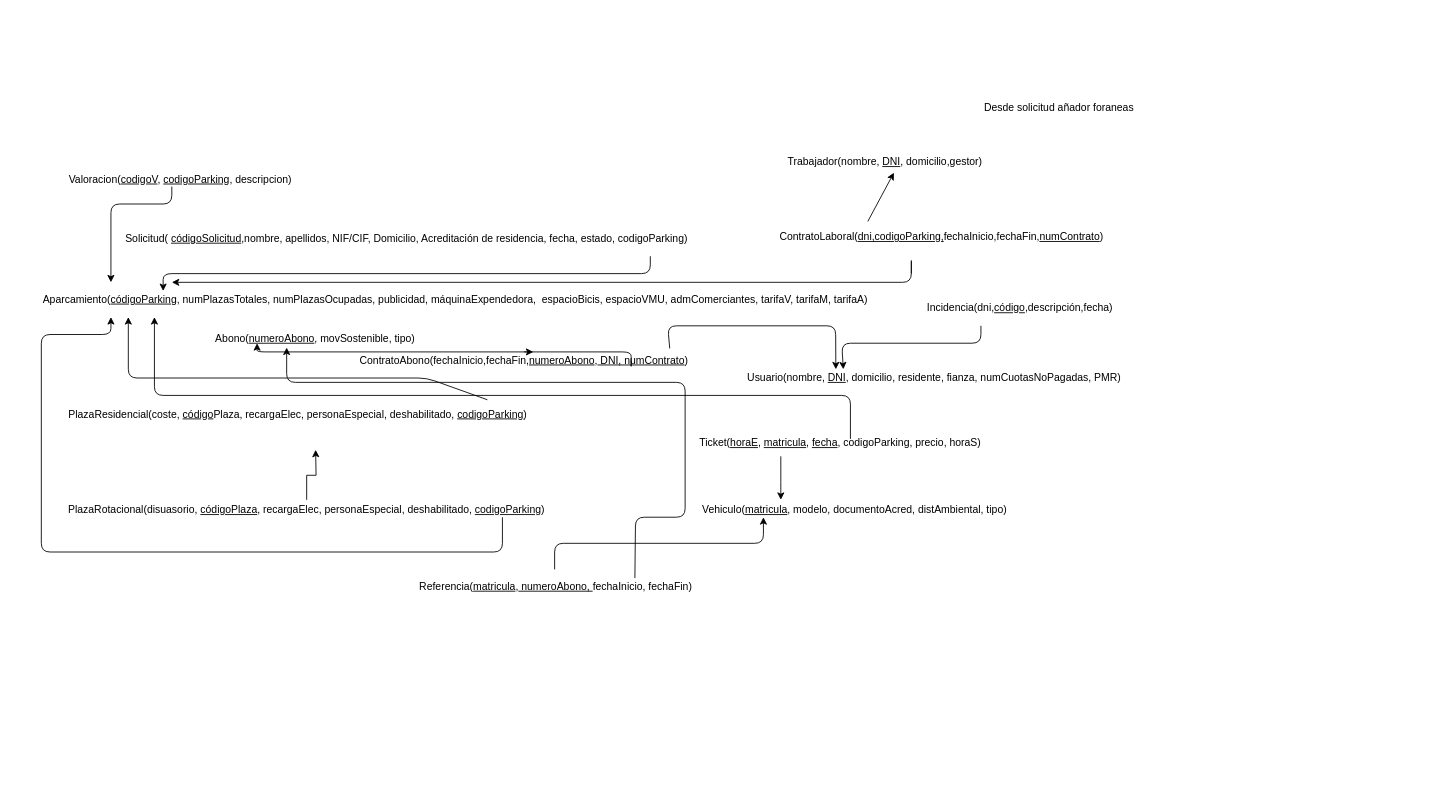
Above: diagrama_relacional.drawio in HylianPablo/ADBD (draw.io), before the change. Source tidied: cells renumbered, new cells numbered last; positions are measured from the earlier drawing's top-left corner, leaving out a move shared by most shapes. Both pictures are drawn from the tidied source at 87%, with x=0, y=0 at pixel (15, 99).
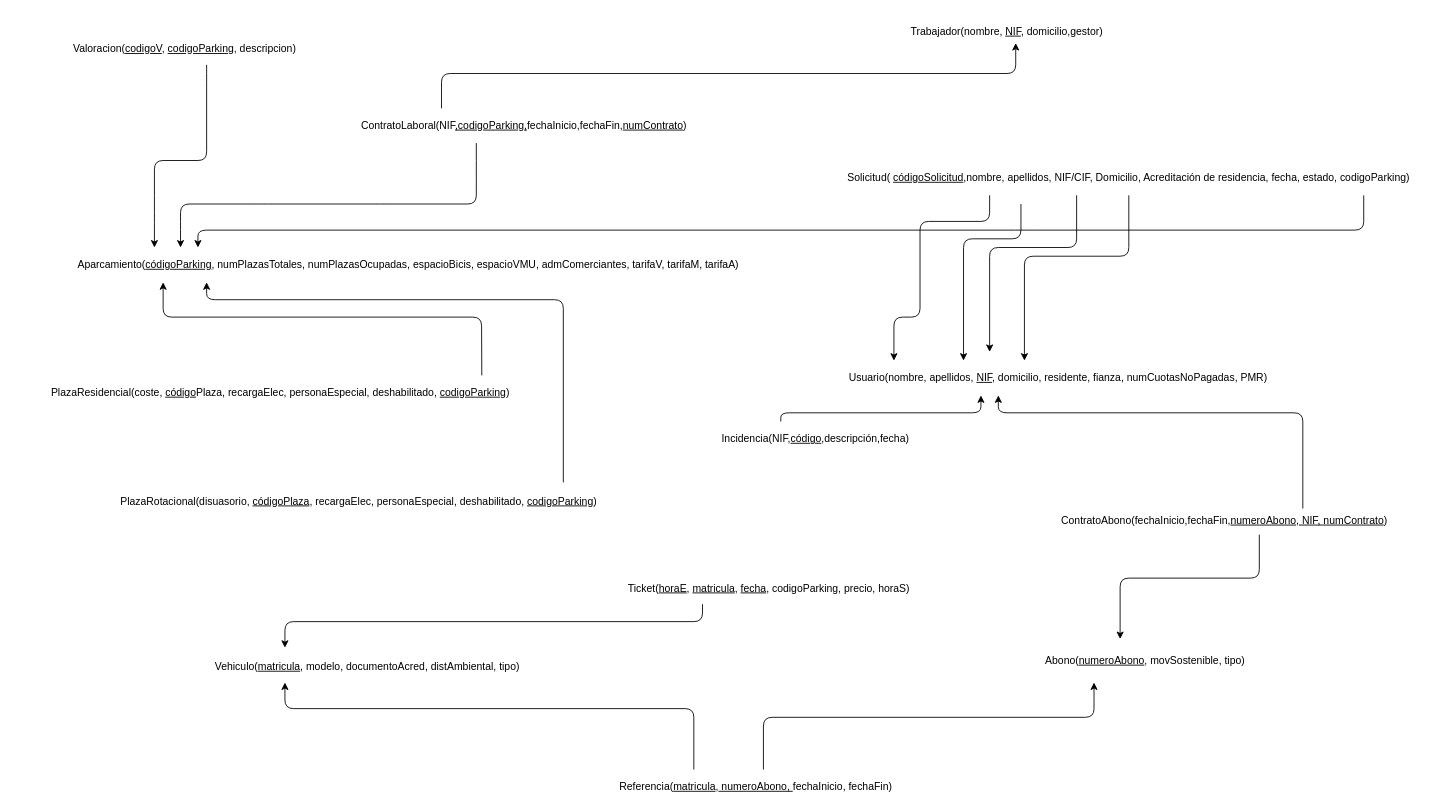
After the change.

Change to the diagram source:
```diff
@@
     <mxCell id="2" value="Solicitud( &lt;u&gt;códigoSolicitud&lt;/u&gt;&lt;span style=&quot;text-decoration: none&quot;&gt;,nombre, apellidos, NIF/CIF, Domicilio, Acreditación de residencia, fecha, estado, codigoParking)&lt;/span&gt;" style="text;html=1;strokeColor=none;fillColor=none;align=center;verticalAlign=middle;whiteSpace=wrap;rounded=0;" parent="1" vertex="1">
-      <mxGeometry x="110" y="150" width="680" height="20" as="geometry" />
+      <mxGeometry x="940" y="80" width="680" height="20" as="geometry" />
     </mxCell>
-    <mxCell id="3" value="&lt;div align=&quot;left&quot;&gt;&lt;span style=&quot;text-decoration: none&quot;&gt;Aparcamiento(&lt;/span&gt;&lt;u&gt;códigoParking&lt;/u&gt;&lt;span style=&quot;text-decoration: none&quot;&gt;,&lt;/span&gt;&lt;span style=&quot;text-decoration: none&quot;&gt; numPlazasTotales, numPlazasOcupadas, publicidad, máquinaExpendedora,&lt;/span&gt;&lt;span style=&quot;text-decoration: none&quot;&gt;&amp;nbsp; espacioBicis, espacioVMU, admComerciantes, tarifaV, tarifaM, tarifaA&lt;/span&gt;&lt;span style=&quot;text-decoration: none&quot;&gt;)&lt;/span&gt;&lt;/div&gt;" style="text;html=1;align=left;verticalAlign=top;spacingTop=-4;" parent="1" vertex="1">
-      <mxGeometry x="30" y="220" width="920" height="20" as="geometry" />
+    <mxCell id="3" value="&lt;div align=&quot;left&quot;&gt;&lt;span style=&quot;text-decoration: none&quot;&gt;Aparcamiento(&lt;/span&gt;&lt;u&gt;códigoParking&lt;/u&gt;&lt;span style=&quot;text-decoration: none&quot;&gt;,&lt;/span&gt;&lt;span style=&quot;text-decoration: none&quot;&gt; numPlazasTotales, numPlazasOcupadas,&lt;/span&gt;&lt;span style=&quot;text-decoration: none&quot;&gt;&amp;nbsp;espacioBicis, espacioVMU, admComerciantes, tarifaV, tarifaM, tarifaA&lt;/span&gt;&lt;span style=&quot;text-decoration: none&quot;&gt;)&lt;/span&gt;&lt;/div&gt;" style="text;html=1;align=left;verticalAlign=top;spacingTop=-4;" parent="1" vertex="1">
+      <mxGeometry x="70" y="180" width="780" height="20" as="geometry" />
     </mxCell>
     <mxCell id="4" value="&lt;div align=&quot;left&quot;&gt;&lt;span style=&quot;text-decoration: none&quot;&gt;Abono(&lt;/span&gt;&lt;u&gt;numeroAbono&lt;/u&gt;&lt;span style=&quot;text-decoration: none&quot;&gt;, movSostenible, tipo)&lt;/span&gt;&lt;/div&gt;" style="text;html=1;strokeColor=none;fillColor=none;align=center;verticalAlign=middle;whiteSpace=wrap;rounded=0;" parent="1" vertex="1">
-      <mxGeometry x="200" y="260" width="290" height="30" as="geometry" />
+      <mxGeometry x="1153.5" y="630" width="290" height="30" as="geometry" />
     </mxCell>
-    <mxCell id="5" value="&lt;span style=&quot;text-decoration: none&quot;&gt;ContratoAbono(fechaInicio,fechaFin,&lt;/span&gt;&lt;u&gt;numeroAbono&lt;/u&gt;&lt;span style=&quot;text-decoration: none&quot;&gt;,&lt;/span&gt;&lt;u&gt; DNI, numContrato&lt;/u&gt;&lt;span style=&quot;text-decoration: none&quot;&gt;)&lt;/span&gt;" style="text;html=1;strokeColor=none;fillColor=none;align=center;verticalAlign=middle;whiteSpace=wrap;rounded=0;" parent="1" vertex="1">
-      <mxGeometry x="390" y="290" width="390" height="20" as="geometry" />
+    <mxCell id="5" value="&lt;span style=&quot;text-decoration: none&quot;&gt;ContratoAbono(fechaInicio,fechaFin,&lt;/span&gt;&lt;u&gt;numeroAbono&lt;/u&gt;&lt;span style=&quot;text-decoration: none&quot;&gt;,&lt;/span&gt;&lt;u&gt;&amp;nbsp;NIF, numContrato&lt;/u&gt;&lt;span style=&quot;text-decoration: none&quot;&gt;)&lt;/span&gt;" style="text;html=1;strokeColor=none;fillColor=none;align=center;verticalAlign=middle;whiteSpace=wrap;rounded=0;" parent="1" vertex="1">
+      <mxGeometry x="1195" y="474" width="390" height="20" as="geometry" />
     </mxCell>
     <mxCell id="6" value="&lt;p style=&quot;margin-bottom: 0cm ; line-height: 100%&quot; align=&quot;left&quot;&gt;&lt;span style=&quot;text-decoration: none&quot;&gt;PlazaResidencial(coste, &lt;/span&gt;&lt;u&gt;código&lt;/u&gt;&lt;span style=&quot;text-decoration: none&quot;&gt;Plaza, recargaElec, personaEspecial, deshabilitado, &lt;/span&gt;&lt;u&gt;codigoParking&lt;/u&gt;&lt;span style=&quot;text-decoration: none&quot;&gt;)&lt;/span&gt;&lt;/p&gt;" style="text;html=1;strokeColor=none;fillColor=none;align=center;verticalAlign=middle;whiteSpace=wrap;rounded=0;" parent="1" vertex="1">
-      <mxGeometry x="30" y="345" width="590" height="20" as="geometry" />
+      <mxGeometry x="10" y="320" width="590" height="20" as="geometry" />
     </mxCell>
-    <mxCell id="7" style="edgeStyle=orthogonalEdgeStyle;rounded=0;jettySize=auto;html=1;" parent="1" edge="1" source="8">
-      <mxGeometry relative="1" as="geometry">
-        <mxPoint x="345.3" y="402.5" as="targetPoint" />
-      </mxGeometry>
-    </mxCell>
     <mxCell id="8" value="&lt;p style=&quot;margin-bottom: 0cm ; line-height: 100%&quot;&gt;&lt;span style=&quot;text-decoration: none&quot;&gt;PlazaRotacional(disuasorio, &lt;/span&gt;&lt;u&gt;códigoPlaza&lt;/u&gt;&lt;span style=&quot;text-decoration: none&quot;&gt;, recargaElec, personaEspecial, deshabilitado, &lt;/span&gt;&lt;u&gt;codigoParking&lt;/u&gt;&lt;span style=&quot;text-decoration: none&quot;&gt;)&lt;/span&gt;&lt;/p&gt;" style="text;html=1;strokeColor=none;fillColor=none;align=center;verticalAlign=middle;whiteSpace=wrap;rounded=0;" parent="1" vertex="1">
-      <mxGeometry y="460" width="670" height="10" as="geometry" />
+      <mxGeometry x="60" y="450" width="670" height="10" as="geometry" />
     </mxCell>
-    <mxCell id="9" value="&lt;span style=&quot;text-decoration: none&quot;&gt;Usuario(nombre, &lt;/span&gt;&lt;u&gt;DNI&lt;/u&gt;&lt;span style=&quot;text-decoration: none&quot;&gt;, domicilio, residente, fianza, numCuotasNoPagadas, PMR)&lt;/span&gt;" style="text;html=1;strokeColor=none;fillColor=none;align=center;verticalAlign=middle;whiteSpace=wrap;rounded=0;" parent="1" vertex="1">
-      <mxGeometry x="830" y="310" width="453" height="20" as="geometry" />
+    <mxCell id="9" value="&lt;span style=&quot;text-decoration: none&quot;&gt;Usuario(nombre, apellidos, &lt;/span&gt;&lt;u&gt;NIF&lt;/u&gt;&lt;span style=&quot;text-decoration: none&quot;&gt;, domicilio, residente, fianza, numCuotasNoPagadas, PMR)&lt;/span&gt;" style="text;html=1;strokeColor=none;fillColor=none;align=center;verticalAlign=middle;whiteSpace=wrap;rounded=0;" parent="1" vertex="1">
+      <mxGeometry x="953.5" y="310" width="490" height="20" as="geometry" />
     </mxCell>
-    <mxCell id="10" value="&lt;p style=&quot;margin-bottom: 0cm ; line-height: 100%&quot;&gt;&lt;span style=&quot;text-decoration: none&quot;&gt;Trabajador(nombre, &lt;/span&gt;&lt;u&gt;DNI&lt;/u&gt;&lt;span style=&quot;text-decoration: none&quot;&gt;, domicilio,gestor)&lt;/span&gt;&lt;/p&gt;" style="text;html=1;strokeColor=none;fillColor=none;align=center;verticalAlign=middle;whiteSpace=wrap;rounded=0;" parent="1" vertex="1">
-      <mxGeometry x="870" y="60" width="260" height="10" as="geometry" />
+    <mxCell id="10" value="&lt;p style=&quot;margin-bottom: 0cm ; line-height: 100%&quot;&gt;&lt;span style=&quot;text-decoration: none&quot;&gt;Trabajador(nombre, &lt;/span&gt;&lt;u&gt;NIF&lt;/u&gt;&lt;span style=&quot;text-decoration: none&quot;&gt;, domicilio,gestor)&lt;/span&gt;&lt;/p&gt;" style="text;html=1;strokeColor=none;fillColor=none;align=center;verticalAlign=middle;whiteSpace=wrap;rounded=0;" parent="1" vertex="1">
+      <mxGeometry x="1010" y="-90" width="260" height="10" as="geometry" />
     </mxCell>
     <mxCell id="11" value="&lt;p style=&quot;margin-bottom: 0cm ; line-height: 100%&quot;&gt;&lt;span style=&quot;text-decoration: none&quot;&gt;Ticket(&lt;/span&gt;&lt;u&gt;horaE&lt;/u&gt;&lt;span style=&quot;text-decoration: none&quot;&gt;, &lt;/span&gt;&lt;u&gt;matricula&lt;/u&gt;&lt;span style=&quot;text-decoration: none&quot;&gt;, &lt;/span&gt;&lt;u&gt;fecha&lt;/u&gt;&lt;span style=&quot;text-decoration: none&quot;&gt;, codigoParking, precio, horaS)&lt;/span&gt;&lt;/p&gt;" style="text;html=1;strokeColor=none;fillColor=none;align=center;verticalAlign=middle;whiteSpace=wrap;rounded=0;" parent="1" vertex="1">
-      <mxGeometry x="782" y="382.5" width="333" height="10" as="geometry" />
+      <mxGeometry x="700" y="550" width="333" height="10" as="geometry" />
     </mxCell>
     <mxCell id="12" value="&lt;p style=&quot;margin-bottom: 0cm ; line-height: 100%&quot;&gt;&lt;span style=&quot;text-decoration: none&quot;&gt;Valoracion(&lt;/span&gt;&lt;u&gt;codigoV&lt;/u&gt;&lt;span style=&quot;text-decoration: none&quot;&gt;, &lt;/span&gt;&lt;u&gt;codigoParking&lt;/u&gt;&lt;span style=&quot;text-decoration: none&quot;&gt;, descripcion)&lt;/span&gt;&lt;/p&gt;" style="text;html=1;strokeColor=none;fillColor=none;align=center;verticalAlign=middle;whiteSpace=wrap;rounded=0;" parent="1" vertex="1">
-      <mxGeometry x="40" y="80" width="300" height="10" as="geometry" />
+      <mxGeometry x="45" y="-70" width="300" height="10" as="geometry" />
     </mxCell>
     <mxCell id="13" value="&lt;p style=&quot;margin-bottom: 0cm ; line-height: 100%&quot;&gt;&lt;span style=&quot;text-decoration: none&quot;&gt;Vehiculo(&lt;/span&gt;&lt;u&gt;matricula&lt;/u&gt;&lt;span style=&quot;text-decoration: none&quot;&gt;, modelo, documentoAcred, distAmbiental, tipo&lt;/span&gt;&lt;span style=&quot;text-decoration: none&quot;&gt;)&lt;/span&gt;&lt;/p&gt;" style="text;html=1;strokeColor=none;fillColor=none;align=center;verticalAlign=middle;whiteSpace=wrap;rounded=0;" parent="1" vertex="1">
-      <mxGeometry x="770" y="460" width="390" height="10" as="geometry" />
+      <mxGeometry x="210" y="640" width="390" height="10" as="geometry" />
     </mxCell>
     <mxCell id="14" value="&lt;span style=&quot;text-decoration: none&quot;&gt;Referencia&lt;/span&gt;&lt;span style=&quot;text-decoration: none&quot;&gt;(&lt;/span&gt;&lt;u&gt;matricula&lt;/u&gt;&lt;span style=&quot;text-decoration: none&quot;&gt;,&lt;/span&gt;&lt;u&gt; numeroAbono, &lt;/u&gt;fechaInicio, fechaFin&lt;span style=&quot;text-decoration: none&quot;&gt;)&lt;/span&gt;" style="text;html=1;strokeColor=none;fillColor=none;align=center;verticalAlign=middle;whiteSpace=wrap;rounded=0;" parent="1" vertex="1">
-      <mxGeometry x="440" y="550" width="363" height="20" as="geometry" />
+      <mxGeometry x="670" y="780" width="363" height="20" as="geometry" />
     </mxCell>
-    <mxCell id="15" style="edgeStyle=orthogonalEdgeStyle;rounded=0;orthogonalLoop=1;jettySize=auto;html=1;exitX=0.5;exitY=0;exitDx=0;exitDy=0;entryX=0.527;entryY=0;entryDx=0;entryDy=0;entryPerimeter=0;" parent="1" edge="1" source="5" target="5">
-      <mxGeometry relative="1" as="geometry" />
-    </mxCell>
     <mxCell id="16" style="endArrow=classic;html=1;" parent="1" edge="1">
       <mxGeometry relative="1" as="geometry">
-        <mxPoint x="730" y="180" as="sourcePoint" />
-        <mxPoint x="170" y="220" as="targetPoint" />
+        <mxPoint x="530" y="50" as="sourcePoint" />
+        <mxPoint x="190" y="170" as="targetPoint" />
         <Array as="points">
-          <mxPoint x="730" y="180" />
-          <mxPoint x="730" y="200" />
-          <mxPoint x="170" y="200" />
+          <mxPoint x="530" y="50" />
+          <mxPoint x="530" y="80" />
+          <mxPoint x="530" y="120" />
+          <mxPoint x="430" y="120" />
+          <mxPoint x="280" y="120" />
+          <mxPoint x="190" y="120" />
+          <mxPoint x="190" y="150" />
         </Array>
       </mxGeometry>
     </mxCell>
-    <mxCell id="17" style="endArrow=classic;html=1;" parent="1" edge="1">
-      <mxGeometry relative="1" as="geometry">
-        <mxPoint x="708" y="300" as="sourcePoint" />
-        <mxPoint x="278" y="280" as="targetPoint" />
-        <Array as="points">
-          <mxPoint x="708" y="310" />
-          <mxPoint x="708" y="290" />
-          <mxPoint x="278" y="290" />
-        </Array>
-      </mxGeometry>
-    </mxCell>
-    <mxCell id="18" style="endArrow=classic;html=1;exitX=0.869;exitY=0;exitDx=0;exitDy=0;exitPerimeter=0;" parent="1" edge="1" source="6">
-      <mxGeometry relative="1" as="geometry">
-        <mxPoint x="130" y="250" as="targetPoint" />
-        <Array as="points">
-          <mxPoint x="473" y="320" />
-          <mxPoint x="130" y="320" />
-        </Array>
-      </mxGeometry>
-    </mxCell>
-    <mxCell id="19" style="endArrow=classic;html=1;" parent="1" edge="1">
-      <mxGeometry relative="1" as="geometry">
-        <mxPoint x="560" y="480" as="sourcePoint" />
-        <mxPoint x="110" y="250" as="targetPoint" />
-        <Array as="points">
-          <mxPoint x="560" y="520" />
-          <mxPoint x="30" y="520" />
-          <mxPoint x="30" y="270" />
-          <mxPoint x="110" y="270" />
-        </Array>
-      </mxGeometry>
-    </mxCell>
-    <mxCell id="20" style="endArrow=classic;html=1;" parent="1" edge="1">
-      <mxGeometry relative="1" as="geometry">
-        <mxPoint x="880" y="410" as="sourcePoint" />
-        <mxPoint x="880" y="460" as="targetPoint" />
-        <Array as="points">
-          <mxPoint x="880" y="430" />
-        </Array>
-      </mxGeometry>
-    </mxCell>
-    <mxCell id="21" style="endArrow=classic;html=1;exitX=0.929;exitY=-0.2;exitDx=0;exitDy=0;exitPerimeter=0;entryX=0.25;entryY=0;entryDx=0;entryDy=0;" parent="1" edge="1" source="5" target="9">
-      <mxGeometry relative="1" as="geometry">
-        <Array as="points">
-          <mxPoint x="750" y="260" />
-          <mxPoint x="943" y="260" />
-        </Array>
-      </mxGeometry>
-    </mxCell>
     <mxCell id="22" style="endArrow=classic;html=1;" parent="1" edge="1">
       <mxGeometry relative="1" as="geometry">
-        <mxPoint x="180" y="100" as="sourcePoint" />
-        <mxPoint x="110" y="210" as="targetPoint" />
+        <mxPoint x="220" y="-40" as="sourcePoint" />
+        <mxPoint x="160" y="170" as="targetPoint" />
         <Array as="points">
-          <mxPoint x="180" y="120" />
-          <mxPoint x="110" y="120" />
+          <mxPoint x="220" y="-20" />
+          <mxPoint x="220" y="70" />
+          <mxPoint x="160" y="70" />
+          <mxPoint x="160" y="120" />
+          <mxPoint x="160" y="140" />
         </Array>
       </mxGeometry>
     </mxCell>
-    <mxCell id="23" style="endArrow=classic;html=1;" parent="1" edge="1">
-      <mxGeometry relative="1" as="geometry">
-        <mxPoint x="620" y="540" as="sourcePoint" />
-        <mxPoint x="860" y="480" as="targetPoint" />
-        <Array as="points">
-          <mxPoint x="620" y="510" />
-          <mxPoint x="860" y="510" />
-        </Array>
-      </mxGeometry>
-    </mxCell>
-    <mxCell id="24" style="endArrow=classic;html=1;exitX=0.75;exitY=0;exitDx=0;exitDy=0;" parent="1" edge="1" source="14">
-      <mxGeometry relative="1" as="geometry">
-        <mxPoint x="312" y="285" as="targetPoint" />
-        <Array as="points">
-          <mxPoint x="713" y="480" />
-          <mxPoint x="770" y="480" />
-          <mxPoint x="770" y="325" />
-          <mxPoint x="312" y="325" />
-        </Array>
-      </mxGeometry>
-    </mxCell>
-    <mxCell id="25" value="Incidencia(dni,&lt;u&gt;código&lt;/u&gt;,descripción,fecha)" style="text;html=1;strokeColor=none;fillColor=none;align=center;verticalAlign=middle;whiteSpace=wrap;rounded=0;" parent="1" vertex="1">
-      <mxGeometry x="1135" y="230" width="40" height="20" as="geometry" />
+    <mxCell id="25" value="Incidencia(NIF,&lt;u&gt;código&lt;/u&gt;,descripción,fecha)" style="text;html=1;strokeColor=none;fillColor=none;align=center;verticalAlign=middle;whiteSpace=wrap;rounded=0;" parent="1" vertex="1">
+      <mxGeometry x="900" y="380" width="40" height="20" as="geometry" />
     </mxCell>
-    <mxCell id="26" style="endArrow=classic;html=1;entryX=0.269;entryY=0;entryDx=0;entryDy=0;entryPerimeter=0;" parent="1" edge="1" target="9">
+    <mxCell id="26" style="endArrow=classic;html=1;" parent="1" edge="1">
       <mxGeometry relative="1" as="geometry">
-        <mxPoint x="1110" y="260" as="sourcePoint" />
+        <mxPoint x="1480" y="470" as="sourcePoint" />
+        <mxPoint x="1130" y="340" as="targetPoint" />
         <Array as="points">
-          <mxPoint x="1110" y="280" />
-          <mxPoint x="950" y="280" />
+          <mxPoint x="1480" y="360" />
+          <mxPoint x="1130" y="360" />
         </Array>
       </mxGeometry>
     </mxCell>
-    <mxCell id="27" style="endArrow=classic;html=1;" parent="1" edge="1">
-      <mxGeometry relative="1" as="geometry">
-        <mxPoint x="960" y="390" as="sourcePoint" />
-        <mxPoint x="160" y="250" as="targetPoint" />
-        <Array as="points">
-          <mxPoint x="960" y="340" />
-          <mxPoint x="160" y="340" />
-        </Array>
-      </mxGeometry>
-    </mxCell>
-    <mxCell id="28" value="Desde solicitud añador foraneas" style="text;html=1;strokeColor=none;fillColor=none;align=center;verticalAlign=middle;whiteSpace=wrap;rounded=0;" parent="1" vertex="1">
-      <mxGeometry x="1040" width="320" height="20" as="geometry" />
-    </mxCell>
     <mxCell id="29" style="endArrow=classic;html=1;" parent="1" edge="1">
       <mxGeometry relative="1" as="geometry">
-        <mxPoint x="980" y="140" as="sourcePoint" />
-        <mxPoint x="1010" y="84" as="targetPoint" />
+        <mxPoint x="490" y="10" as="sourcePoint" />
+        <mxPoint x="1150" y="-65" as="targetPoint" />
+        <Array as="points">
+          <mxPoint x="490" y="-30" />
+          <mxPoint x="1150" y="-30" />
+        </Array>
       </mxGeometry>
     </mxCell>
-    <mxCell id="30" value="ContratoLaboral(&lt;u&gt;dni,codigoParking,&lt;/u&gt;fechaInicio,fechaFin,&lt;u&gt;numContrato&lt;/u&gt;)" style="text;html=1;strokeColor=none;fillColor=none;align=center;verticalAlign=middle;whiteSpace=wrap;rounded=0;" parent="1" vertex="1">
-      <mxGeometry x="870" y="147.5" width="390" height="20" as="geometry" />
+    <mxCell id="30" value="ContratoLaboral(NIF&lt;u&gt;,codigoParking,&lt;/u&gt;fechaInicio,fechaFin,&lt;u&gt;numContrato&lt;/u&gt;)" style="text;html=1;strokeColor=none;fillColor=none;align=center;verticalAlign=middle;whiteSpace=wrap;rounded=0;" parent="1" vertex="1">
+      <mxGeometry x="390" y="20" width="390" height="20" as="geometry" />
     </mxCell>
     <mxCell id="31" style="endArrow=classic;html=1;" parent="1" edge="1">
       <mxGeometry relative="1" as="geometry">
-        <mxPoint x="1030" y="200" as="sourcePoint" />
-        <mxPoint x="180" y="210" as="targetPoint" />
+        <mxPoint x="1550" y="110" as="sourcePoint" />
+        <mxPoint x="210" y="170" as="targetPoint" />
         <Array as="points">
-          <mxPoint x="1030" y="180" />
-          <mxPoint x="1030" y="210" />
+          <mxPoint x="1550" y="110" />
+          <mxPoint x="1550" y="150" />
+          <mxPoint x="1160" y="150" />
+          <mxPoint x="210" y="150" />
         </Array>
       </mxGeometry>
     </mxCell>
+    <mxCell id="32" style="endArrow=classic;html=1;exitX=0.892;exitY=-0.149;exitDx=0;exitDy=0;exitPerimeter=0;" parent="1" edge="1" source="6">
+      <mxGeometry relative="1" as="geometry">
+        <mxPoint x="170" y="210" as="targetPoint" />
+        <Array as="points">
+          <mxPoint x="536" y="250" />
+          <mxPoint x="170" y="250" />
+        </Array>
+      </mxGeometry>
+    </mxCell>
+    <mxCell id="33" style="endArrow=classic;html=1;" parent="1" edge="1">
+      <mxGeometry relative="1" as="geometry">
+        <mxPoint x="630" y="440" as="sourcePoint" />
+        <mxPoint x="220" y="210" as="targetPoint" />
+        <Array as="points">
+          <mxPoint x="630" y="230" />
+          <mxPoint x="220" y="230" />
+        </Array>
+      </mxGeometry>
+    </mxCell>
+    <mxCell id="34" style="endArrow=classic;html=1;" parent="1" edge="1">
+      <mxGeometry relative="1" as="geometry">
+        <mxPoint x="780" y="770" as="sourcePoint" />
+        <mxPoint x="310" y="670" as="targetPoint" />
+        <Array as="points">
+          <mxPoint x="780" y="700" />
+          <mxPoint x="310" y="700" />
+        </Array>
+      </mxGeometry>
+    </mxCell>
+    <mxCell id="35" style="endArrow=classic;html=1;" parent="1" edge="1">
+      <mxGeometry relative="1" as="geometry">
+        <mxPoint x="860" y="770" as="sourcePoint" />
+        <mxPoint x="1240" y="670" as="targetPoint" />
+        <Array as="points">
+          <mxPoint x="860" y="710" />
+          <mxPoint x="1240" y="710" />
+        </Array>
+      </mxGeometry>
+    </mxCell>
+    <mxCell id="36" style="endArrow=classic;html=1;" parent="1" edge="1">
+      <mxGeometry relative="1" as="geometry">
+        <mxPoint x="1430" y="500" as="sourcePoint" />
+        <mxPoint x="1270" y="620" as="targetPoint" />
+        <Array as="points">
+          <mxPoint x="1430" y="550" />
+          <mxPoint x="1270" y="550" />
+        </Array>
+      </mxGeometry>
+    </mxCell>
+    <mxCell id="37" style="endArrow=classic;html=1;" parent="1" edge="1">
+      <mxGeometry relative="1" as="geometry">
+        <mxPoint x="790" y="580" as="sourcePoint" />
+        <mxPoint x="310" y="630" as="targetPoint" />
+        <Array as="points">
+          <mxPoint x="790" y="600" />
+          <mxPoint x="310" y="600" />
+        </Array>
+      </mxGeometry>
+    </mxCell>
+    <mxCell id="38" style="endArrow=classic;html=1;" parent="1" edge="1">
+      <mxGeometry relative="1" as="geometry">
+        <mxPoint x="880" y="370" as="sourcePoint" />
+        <mxPoint x="1110" y="340" as="targetPoint" />
+        <Array as="points">
+          <mxPoint x="880" y="360" />
+          <mxPoint x="1110" y="360" />
+        </Array>
+      </mxGeometry>
+    </mxCell>
+    <mxCell id="39" style="endArrow=classic;html=1;" parent="1" edge="1">
+      <mxGeometry relative="1" as="geometry">
+        <mxPoint x="1120" y="110" as="sourcePoint" />
+        <mxPoint x="1010" y="300" as="targetPoint" />
+        <Array as="points">
+          <mxPoint x="1120" y="140" />
+          <mxPoint x="1040" y="140" />
+          <mxPoint x="1040" y="250" />
+          <mxPoint x="1010" y="250" />
+        </Array>
+      </mxGeometry>
+    </mxCell>
+    <mxCell id="40" style="endArrow=classic;html=1;" parent="1" edge="1">
+      <mxGeometry relative="1" as="geometry">
+        <mxPoint x="1156" y="120" as="sourcePoint" />
+        <mxPoint x="1090" y="300" as="targetPoint" />
+        <Array as="points">
+          <mxPoint x="1156" y="160" />
+          <mxPoint x="1090" y="160" />
+        </Array>
+      </mxGeometry>
+    </mxCell>
+    <mxCell id="41" style="endArrow=classic;html=1;" parent="1" edge="1">
+      <mxGeometry relative="1" as="geometry">
+        <mxPoint x="1220" y="110" as="sourcePoint" />
+        <mxPoint x="1120" y="290" as="targetPoint" />
+        <Array as="points">
+          <mxPoint x="1220" y="170" />
+          <mxPoint x="1120" y="170" />
+        </Array>
+      </mxGeometry>
+    </mxCell>
+    <mxCell id="42" style="endArrow=classic;html=1;" parent="1" edge="1">
+      <mxGeometry relative="1" as="geometry">
+        <mxPoint x="1280" y="110" as="sourcePoint" />
+        <mxPoint x="1160" y="300" as="targetPoint" />
+        <Array as="points">
+          <mxPoint x="1280" y="180" />
+          <mxPoint x="1160" y="180" />
+        </Array>
+      </mxGeometry>
+    </mxCell>
```
